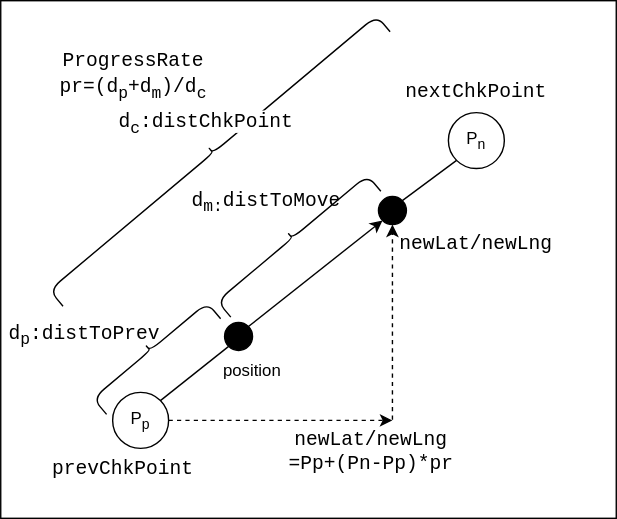
Before: typescript/trainmap/README_images/calcNextPostion.svg, a diagram exported from draw.io (YugoNakamura/trainMap). Source tidied: cells renumbered, new cells last; positions are measured from the earlier drawing's top-left corner, leaving out a move shared by most shapes. Source of this version:
```xml
<mxGraphModel>
  <root>
    <mxCell id="0" />
    <mxCell id="1" parent="0" />
    <mxCell id="2" style="rounded=0;whiteSpace=wrap;html=1;" parent="1" vertex="1">
      <mxGeometry y="40" width="440" height="370" as="geometry" />
    </mxCell>
    <mxCell id="3" value="P&lt;sub&gt;p&lt;/sub&gt;" style="ellipse;whiteSpace=wrap;html=1;" parent="1" vertex="1">
      <mxGeometry x="80" y="320" width="40" height="40" as="geometry" />
    </mxCell>
    <mxCell id="4" value="P&lt;sub&gt;n&lt;/sub&gt;" style="ellipse;whiteSpace=wrap;html=1;" parent="1" vertex="1">
      <mxGeometry x="320" y="120" width="40" height="40" as="geometry" />
    </mxCell>
    <mxCell id="5" value="&lt;div style=&quot;font-family: Consolas, &amp;quot;Courier New&amp;quot;, monospace; font-size: 14px; line-height: 19px; white-space: pre;&quot;&gt;&lt;span&gt;&lt;font style=&quot;color: rgb(0, 0, 0);&quot;&gt;prevChkPoint&lt;/font&gt;&lt;/span&gt;&lt;/div&gt;" style="text;html=1;align=center;verticalAlign=middle;whiteSpace=wrap;rounded=0;strokeColor=none;" parent="1" vertex="1">
      <mxGeometry x="30" y="360" width="115" height="30" as="geometry" />
    </mxCell>
    <mxCell id="6" value="&lt;div style=&quot;font-family: Consolas, &amp;quot;Courier New&amp;quot;, monospace; font-size: 14px; line-height: 19px; white-space: pre;&quot;&gt;&lt;span&gt;&lt;font style=&quot;color: rgb(0, 0, 0);&quot;&gt;nextChkPoint&lt;/font&gt;&lt;/span&gt;&lt;/div&gt;" style="text;html=1;align=center;verticalAlign=middle;whiteSpace=wrap;rounded=0;strokeColor=none;" parent="1" vertex="1">
      <mxGeometry x="295" y="90" width="90" height="30" as="geometry" />
    </mxCell>
    <mxCell id="7" style="endArrow=none;html=1;exitX=1;exitY=0;exitDx=0;exitDy=0;entryX=0;entryY=1;entryDx=0;entryDy=0;endFill=0;" parent="1" edge="1" source="8" target="4">
      <mxGeometry relative="1" as="geometry" />
    </mxCell>
    <mxCell id="8" style="ellipse;whiteSpace=wrap;html=1;fillColor=#000000;" parent="1" vertex="1">
      <mxGeometry x="270" y="180" width="20" height="20" as="geometry" />
    </mxCell>
    <mxCell id="9" value="position" style="text;html=1;align=center;verticalAlign=middle;whiteSpace=wrap;rounded=0;strokeColor=none;" parent="1" vertex="1">
      <mxGeometry x="145" y="290" width="70" height="30" as="geometry" />
    </mxCell>
    <mxCell id="10" style="shape=curlyBracket;whiteSpace=wrap;html=1;rounded=1;labelPosition=left;verticalLabelPosition=middle;align=right;verticalAlign=middle;rotation=50;size=0.25;" parent="1" vertex="1">
      <mxGeometry x="201.7" y="143.6" width="20" height="140" as="geometry" />
    </mxCell>
    <mxCell id="11" style="endArrow=classic;html=1;exitX=1;exitY=0;exitDx=0;exitDy=0;entryX=0;entryY=1;entryDx=0;entryDy=0;" parent="1" edge="1" source="15" target="8">
      <mxGeometry relative="1" as="geometry" />
    </mxCell>
    <mxCell id="12" value="&lt;div style=&quot;font-family: Consolas, &amp;quot;Courier New&amp;quot;, monospace; font-size: 14px; line-height: 19px; white-space: pre;&quot;&gt;&lt;font style=&quot;color: rgb(0, 0, 0);&quot;&gt;&lt;span&gt;newLat&lt;/span&gt;&lt;span&gt;/&lt;/span&gt;&lt;span&gt;newLng&lt;/span&gt;&lt;/font&gt;&lt;/div&gt;" style="text;html=1;align=center;verticalAlign=middle;whiteSpace=wrap;rounded=0;strokeColor=none;" parent="1" vertex="1">
      <mxGeometry x="305" y="198.6" width="70" height="30" as="geometry" />
    </mxCell>
    <mxCell id="13" value="&lt;div style=&quot;font-family: Consolas, &amp;quot;Courier New&amp;quot;, monospace; font-size: 14px; line-height: 19px; white-space: pre;&quot;&gt;&lt;font style=&quot;color: rgb(0, 0, 0);&quot;&gt;d&lt;sub&gt;m:&lt;/sub&gt;distToMove&lt;/font&gt;&lt;/div&gt;" style="text;html=1;align=center;verticalAlign=middle;whiteSpace=wrap;rounded=0;strokeColor=none;" parent="1" vertex="1">
      <mxGeometry x="150" y="170" width="80" height="30" as="geometry" />
    </mxCell>
    <mxCell id="14" style="endArrow=none;html=1;exitX=1;exitY=0;exitDx=0;exitDy=0;entryX=0;entryY=1;entryDx=0;entryDy=0;endFill=0;" parent="1" edge="1" source="3" target="15">
      <mxGeometry relative="1" as="geometry" />
    </mxCell>
    <mxCell id="15" style="ellipse;whiteSpace=wrap;html=1;fillColor=#000000;" parent="1" vertex="1">
      <mxGeometry x="160" y="270" width="20" height="20" as="geometry" />
    </mxCell>
    <mxCell id="16" style="shape=curlyBracket;whiteSpace=wrap;html=1;rounded=1;labelPosition=left;verticalLabelPosition=middle;align=right;verticalAlign=middle;rotation=-130;size=0.25;direction=west;" parent="1" vertex="1">
      <mxGeometry x="100" y="240.7" width="20" height="106.4" as="geometry" />
    </mxCell>
    <mxCell id="17" value="&lt;div style=&quot;font-family: Consolas, &amp;quot;Courier New&amp;quot;, monospace; font-size: 14px; line-height: 19px; white-space: pre;&quot;&gt;&lt;div style=&quot;line-height: 19px;&quot;&gt;&lt;font style=&quot;color: rgb(0, 0, 0);&quot;&gt;d&lt;sub&gt;p&lt;/sub&gt;:distToPrev&lt;/font&gt;&lt;/div&gt;&lt;/div&gt;" style="text;html=1;align=center;verticalAlign=middle;whiteSpace=wrap;rounded=0;strokeColor=none;" parent="1" vertex="1">
      <mxGeometry x="20" y="265" width="80" height="30" as="geometry" />
    </mxCell>
    <mxCell id="18" style="shape=curlyBracket;whiteSpace=wrap;html=1;rounded=1;labelPosition=left;verticalLabelPosition=middle;align=right;verticalAlign=middle;rotation=50;size=0.25;" parent="1" vertex="1">
      <mxGeometry x="145" width="20" height="305.2" as="geometry" />
    </mxCell>
    <mxCell id="19" value="&lt;div style=&quot;font-family: Consolas, &amp;quot;Courier New&amp;quot;, monospace; font-size: 14px; line-height: 19px; white-space: pre;&quot;&gt;&lt;span style=&quot;background-color: light-dark(#ffffff, var(--ge-dark-color, #121212));&quot;&gt;&lt;font style=&quot;color: rgb(0, 0, 0);&quot;&gt;d&lt;sub&gt;c&lt;/sub&gt;:distChkPoint&lt;/font&gt;&lt;/span&gt;&lt;/div&gt;" style="text;html=1;align=center;verticalAlign=middle;whiteSpace=wrap;rounded=0;strokeColor=none;" parent="1" vertex="1">
      <mxGeometry x="91.7" y="113.6" width="110" height="30" as="geometry" />
    </mxCell>
    <mxCell id="20" style="endArrow=classic;dashed=1;html=1;endFill=1;" parent="1" edge="1">
      <mxGeometry relative="1" as="geometry">
        <mxPoint x="120" y="340" as="sourcePoint" />
        <mxPoint x="280" y="340" as="targetPoint" />
      </mxGeometry>
    </mxCell>
    <mxCell id="21" style="endArrow=classic;dashed=1;html=1;endFill=1;entryX=0.5;entryY=1;entryDx=0;entryDy=0;" parent="1" edge="1" target="8">
      <mxGeometry relative="1" as="geometry">
        <mxPoint x="280" y="339.5" as="sourcePoint" />
      </mxGeometry>
    </mxCell>
    <mxCell id="22" value="&lt;span style=&quot;color: rgb(0, 0, 0); font-family: Consolas, &amp;quot;Courier New&amp;quot;, monospace; font-size: 14px; white-space: pre;&quot;&gt;&lt;span style=&quot;color: rgb(0, 0, 0);&quot;&gt;newLat/newLng&lt;/span&gt;&lt;/span&gt;&lt;div&gt;&lt;span style=&quot;color: rgb(0, 0, 0); font-family: Consolas, &amp;quot;Courier New&amp;quot;, monospace; font-size: 14px; white-space: pre;&quot;&gt;&lt;span style=&quot;color: rgb(0, 0, 0);&quot;&gt;=Pp+&lt;/span&gt;(Pn-Pp&lt;/span&gt;&lt;span style=&quot;color: rgb(0, 0, 0); font-family: Consolas, &amp;quot;Courier New&amp;quot;, monospace; font-size: 14px; white-space: pre;&quot;&gt;)*pr&lt;/span&gt;&lt;/div&gt;" style="text;html=1;align=center;verticalAlign=middle;whiteSpace=wrap;rounded=0;" parent="1" vertex="1">
      <mxGeometry x="200" y="347.1" width="130" height="30" as="geometry" />
    </mxCell>
    <mxCell id="23" value="&lt;div style=&quot;font-family: Consolas, &amp;quot;Courier New&amp;quot;, monospace; font-size: 14px; line-height: 19px; white-space: pre;&quot;&gt;&lt;font color=&quot;#000000&quot;&gt;&lt;span style=&quot;background-color: rgb(255, 255, 255);&quot;&gt;ProgressRate&lt;/span&gt;&lt;/font&gt;&lt;/div&gt;&lt;div style=&quot;font-family: Consolas, &amp;quot;Courier New&amp;quot;, monospace; font-size: 14px; line-height: 19px; white-space: pre;&quot;&gt;&lt;font color=&quot;#000000&quot;&gt;&lt;span style=&quot;background-color: rgb(255, 255, 255);&quot;&gt;pr=&lt;/span&gt;&lt;/font&gt;&lt;span style=&quot;color: rgb(0, 0, 0); background-color: transparent;&quot;&gt;(d&lt;sub&gt;p&lt;/sub&gt;+d&lt;sub&gt;m&lt;/sub&gt;)/d&lt;sub&gt;c&lt;/sub&gt;&lt;/span&gt;&lt;/div&gt;" style="text;html=1;align=center;verticalAlign=middle;whiteSpace=wrap;rounded=0;strokeColor=none;" parent="1" vertex="1">
      <mxGeometry x="30" y="70" width="130" height="50" as="geometry" />
    </mxCell>
  </root>
</mxGraphModel>
```
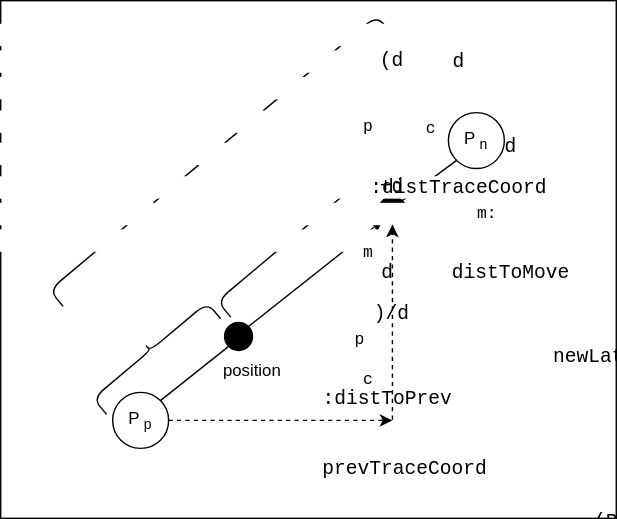
Later version of the same file.

Diff of the diagram source:
```diff
@@ -11,11 +11,11 @@
     <mxCell id="4" value="P&lt;sub&gt;n&lt;/sub&gt;" style="ellipse;whiteSpace=wrap;html=1;" parent="1" vertex="1">
       <mxGeometry x="320" y="120" width="40" height="40" as="geometry" />
     </mxCell>
-    <mxCell id="5" value="&lt;div style=&quot;font-family: Consolas, &amp;quot;Courier New&amp;quot;, monospace; font-size: 14px; line-height: 19px; white-space: pre;&quot;&gt;&lt;span&gt;&lt;font style=&quot;color: rgb(0, 0, 0);&quot;&gt;prevChkPoint&lt;/font&gt;&lt;/span&gt;&lt;/div&gt;" style="text;html=1;align=center;verticalAlign=middle;whiteSpace=wrap;rounded=0;strokeColor=none;" parent="1" vertex="1">
+    <mxCell id="5" value="&lt;div style=&quot;font-family: Consolas, &amp;quot;Courier New&amp;quot;, monospace; font-size: 14px; line-height: 19px; white-space: pre;&quot;&gt;&lt;span&gt;&lt;font style=&quot;color: rgb(0, 0, 0);&quot;&gt;prevTraceCoord&lt;/font&gt;&lt;/span&gt;&lt;/div&gt;" style="text;html=1;align=center;verticalAlign=middle;whiteSpace=wrap;rounded=0;strokeColor=none;" parent="1" vertex="1">
       <mxGeometry x="30" y="360" width="115" height="30" as="geometry" />
     </mxCell>
-    <mxCell id="6" value="&lt;div style=&quot;font-family: Consolas, &amp;quot;Courier New&amp;quot;, monospace; font-size: 14px; line-height: 19px; white-space: pre;&quot;&gt;&lt;span&gt;&lt;font style=&quot;color: rgb(0, 0, 0);&quot;&gt;nextChkPoint&lt;/font&gt;&lt;/span&gt;&lt;/div&gt;" style="text;html=1;align=center;verticalAlign=middle;whiteSpace=wrap;rounded=0;strokeColor=none;" parent="1" vertex="1">
-      <mxGeometry x="295" y="90" width="90" height="30" as="geometry" />
+    <mxCell id="6" value="&lt;div style=&quot;font-family: Consolas, &amp;quot;Courier New&amp;quot;, monospace; font-size: 14px; line-height: 19px; white-space: pre;&quot;&gt;&lt;span&gt;&lt;font style=&quot;color: rgb(0, 0, 0);&quot;&gt;nextTraceCoord&lt;/font&gt;&lt;/span&gt;&lt;/div&gt;" style="text;html=1;align=center;verticalAlign=middle;whiteSpace=wrap;rounded=0;strokeColor=none;" parent="1" vertex="1">
+      <mxGeometry x="277.5" y="90" width="125" height="30" as="geometry" />
     </mxCell>
     <mxCell id="7" style="endArrow=none;html=1;exitX=1;exitY=0;exitDx=0;exitDy=0;entryX=0;entryY=1;entryDx=0;entryDy=0;endFill=0;" parent="1" edge="1" source="8" target="4">
       <mxGeometry relative="1" as="geometry" />
@@ -33,10 +33,10 @@
       <mxGeometry relative="1" as="geometry" />
     </mxCell>
     <mxCell id="12" value="&lt;div style=&quot;font-family: Consolas, &amp;quot;Courier New&amp;quot;, monospace; font-size: 14px; line-height: 19px; white-space: pre;&quot;&gt;&lt;font style=&quot;color: rgb(0, 0, 0);&quot;&gt;&lt;span&gt;newLat&lt;/span&gt;&lt;span&gt;/&lt;/span&gt;&lt;span&gt;newLng&lt;/span&gt;&lt;/font&gt;&lt;/div&gt;" style="text;html=1;align=center;verticalAlign=middle;whiteSpace=wrap;rounded=0;strokeColor=none;" parent="1" vertex="1">
-      <mxGeometry x="305" y="198.6" width="70" height="30" as="geometry" />
+      <mxGeometry x="277.5" y="198.6" width="135" height="30" as="geometry" />
     </mxCell>
     <mxCell id="13" value="&lt;div style=&quot;font-family: Consolas, &amp;quot;Courier New&amp;quot;, monospace; font-size: 14px; line-height: 19px; white-space: pre;&quot;&gt;&lt;font style=&quot;color: rgb(0, 0, 0);&quot;&gt;d&lt;sub&gt;m:&lt;/sub&gt;distToMove&lt;/font&gt;&lt;/div&gt;" style="text;html=1;align=center;verticalAlign=middle;whiteSpace=wrap;rounded=0;strokeColor=none;" parent="1" vertex="1">
-      <mxGeometry x="150" y="170" width="80" height="30" as="geometry" />
+      <mxGeometry x="130" y="175" width="100" height="30" as="geometry" />
     </mxCell>
     <mxCell id="14" style="endArrow=none;html=1;exitX=1;exitY=0;exitDx=0;exitDy=0;entryX=0;entryY=1;entryDx=0;entryDy=0;endFill=0;" parent="1" edge="1" source="3" target="15">
       <mxGeometry relative="1" as="geometry" />
@@ -48,13 +48,13 @@
       <mxGeometry x="100" y="240.7" width="20" height="106.4" as="geometry" />
     </mxCell>
     <mxCell id="17" value="&lt;div style=&quot;font-family: Consolas, &amp;quot;Courier New&amp;quot;, monospace; font-size: 14px; line-height: 19px; white-space: pre;&quot;&gt;&lt;div style=&quot;line-height: 19px;&quot;&gt;&lt;font style=&quot;color: rgb(0, 0, 0);&quot;&gt;d&lt;sub&gt;p&lt;/sub&gt;:distToPrev&lt;/font&gt;&lt;/div&gt;&lt;/div&gt;" style="text;html=1;align=center;verticalAlign=middle;whiteSpace=wrap;rounded=0;strokeColor=none;" parent="1" vertex="1">
-      <mxGeometry x="20" y="265" width="80" height="30" as="geometry" />
+      <mxGeometry x="20" y="265" width="110" height="30" as="geometry" />
     </mxCell>
     <mxCell id="18" style="shape=curlyBracket;whiteSpace=wrap;html=1;rounded=1;labelPosition=left;verticalLabelPosition=middle;align=right;verticalAlign=middle;rotation=50;size=0.25;" parent="1" vertex="1">
       <mxGeometry x="145" width="20" height="305.2" as="geometry" />
     </mxCell>
-    <mxCell id="19" value="&lt;div style=&quot;font-family: Consolas, &amp;quot;Courier New&amp;quot;, monospace; font-size: 14px; line-height: 19px; white-space: pre;&quot;&gt;&lt;span style=&quot;background-color: light-dark(#ffffff, var(--ge-dark-color, #121212));&quot;&gt;&lt;font style=&quot;color: rgb(0, 0, 0);&quot;&gt;d&lt;sub&gt;c&lt;/sub&gt;:distChkPoint&lt;/font&gt;&lt;/span&gt;&lt;/div&gt;" style="text;html=1;align=center;verticalAlign=middle;whiteSpace=wrap;rounded=0;strokeColor=none;" parent="1" vertex="1">
-      <mxGeometry x="91.7" y="113.6" width="110" height="30" as="geometry" />
+    <mxCell id="19" value="&lt;div style=&quot;font-family: Consolas, &amp;quot;Courier New&amp;quot;, monospace; font-size: 14px; line-height: 19px; white-space: pre;&quot;&gt;&lt;span style=&quot;background-color: light-dark(#ffffff, var(--ge-dark-color, #121212));&quot;&gt;&lt;font style=&quot;color: rgb(0, 0, 0);&quot;&gt;d&lt;sub&gt;c&lt;/sub&gt;:distTraceCoord&lt;/font&gt;&lt;/span&gt;&lt;/div&gt;" style="text;html=1;align=center;verticalAlign=middle;whiteSpace=wrap;rounded=0;strokeColor=none;" parent="1" vertex="1">
+      <mxGeometry x="50" y="113.6" width="151.7" height="30" as="geometry" />
     </mxCell>
     <mxCell id="20" style="endArrow=classic;dashed=1;html=1;endFill=1;" parent="1" edge="1">
       <mxGeometry relative="1" as="geometry">
```
